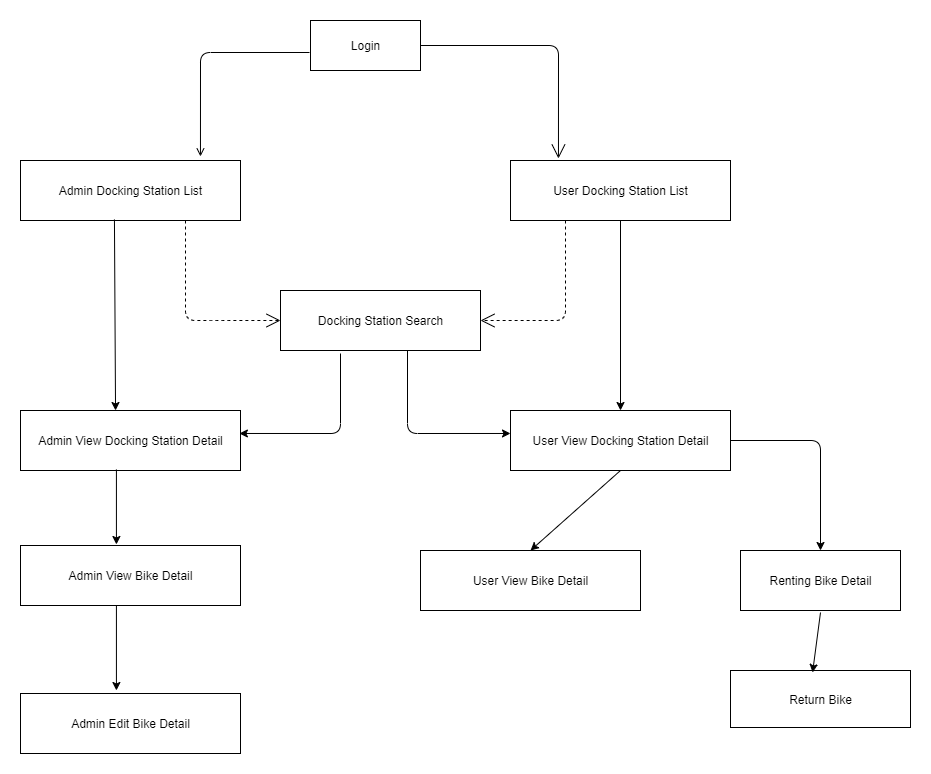
lehoangtran289/ecobike-SoftDev20201 keeps this draw.io diagram as Homework03/Group/EcoBikeScreenTransition.png. Above is the earlier version. Source tidied: cells renumbered, new cells last; positions are measured from the earlier drawing's top-left corner, leaving out a move shared by most shapes. The source it was exported from:
```xml
<mxGraphModel background="#ffffff">
  <root>
    <mxCell id="0" />
    <mxCell id="1" parent="0" />
    <mxCell id="2" value="Login" style="html=1;" parent="1" vertex="1">
      <mxGeometry x="290" width="110" height="50" as="geometry" />
    </mxCell>
    <mxCell id="3" value="Admin Docking Station List" style="html=1;" parent="1" vertex="1">
      <mxGeometry y="140" width="220" height="60" as="geometry" />
    </mxCell>
    <mxCell id="4" value="User Docking Station List" style="html=1;" parent="1" vertex="1">
      <mxGeometry x="490" y="140" width="220" height="60" as="geometry" />
    </mxCell>
    <mxCell id="5" value="Admin View Docking Station Detail" style="html=1;" parent="1" vertex="1">
      <mxGeometry y="390" width="220" height="60" as="geometry" />
    </mxCell>
    <mxCell id="6" value="Docking Station Search" style="html=1;" parent="1" vertex="1">
      <mxGeometry x="260" y="270" width="200" height="60" as="geometry" />
    </mxCell>
    <mxCell id="7" value="Admin View Bike Detail" style="html=1;" parent="1" vertex="1">
      <mxGeometry y="525" width="220" height="60" as="geometry" />
    </mxCell>
    <mxCell id="8" value="User View Docking Station Detail" style="html=1;" parent="1" vertex="1">
      <mxGeometry x="490" y="390" width="220" height="60" as="geometry" />
    </mxCell>
    <mxCell id="9" value="Admin Edit Bike Detail" style="html=1;" parent="1" vertex="1">
      <mxGeometry y="673" width="220" height="60" as="geometry" />
    </mxCell>
    <mxCell id="10" value="User View Bike Detail" style="html=1;" parent="1" vertex="1">
      <mxGeometry x="400" y="530" width="220" height="60" as="geometry" />
    </mxCell>
    <mxCell id="11" value="Return Bike" style="html=1;" parent="1" vertex="1">
      <mxGeometry x="710" y="650" width="180" height="57" as="geometry" />
    </mxCell>
    <mxCell id="12" style="endArrow=open;endFill=1;endSize=12;html=1;exitX=1;exitY=0.5;exitDx=0;exitDy=0;entryX=0.218;entryY=-0.033;entryDx=0;entryDy=0;entryPerimeter=0;" parent="1" edge="1" source="2" target="4">
      <mxGeometry relative="1" as="geometry">
        <Array as="points">
          <mxPoint x="538" y="25" />
        </Array>
      </mxGeometry>
    </mxCell>
    <mxCell id="13" style="endArrow=open;endFill=1;html=1;exitX=-0.009;exitY=0.64;exitDx=0;exitDy=0;entryX=0.818;entryY=-0.067;entryDx=0;entryDy=0;exitPerimeter=0;entryPerimeter=0;" parent="1" edge="1" source="2" target="3">
      <mxGeometry relative="1" as="geometry">
        <Array as="points">
          <mxPoint x="180" y="32" />
        </Array>
      </mxGeometry>
    </mxCell>
    <mxCell id="14" style="endArrow=open;endFill=1;endSize=12;html=1;exitX=0.75;exitY=1;exitDx=0;exitDy=0;entryX=0;entryY=0.5;entryDx=0;entryDy=0;dashed=1;" parent="1" edge="1" source="3" target="6">
      <mxGeometry relative="1" as="geometry">
        <Array as="points">
          <mxPoint x="165" y="300" />
          <mxPoint x="200" y="300" />
        </Array>
      </mxGeometry>
    </mxCell>
    <mxCell id="15" style="endArrow=open;endFill=1;endSize=12;html=1;exitX=0.25;exitY=1;exitDx=0;exitDy=0;entryX=1;entryY=0.5;entryDx=0;entryDy=0;dashed=1;" parent="1" edge="1" source="4" target="6">
      <mxGeometry relative="1" as="geometry">
        <Array as="points">
          <mxPoint x="545" y="300" />
        </Array>
      </mxGeometry>
    </mxCell>
    <mxCell id="16" style="endArrow=classic;html=1;exitX=0.427;exitY=0.983;exitDx=0;exitDy=0;exitPerimeter=0;entryX=0.432;entryY=0;entryDx=0;entryDy=0;entryPerimeter=0;" parent="1" edge="1" source="3" target="5">
      <mxGeometry relative="1" as="geometry" />
    </mxCell>
    <mxCell id="17" style="endArrow=classic;html=1;exitX=0.5;exitY=1;exitDx=0;exitDy=0;entryX=0.5;entryY=0;entryDx=0;entryDy=0;" parent="1" edge="1" source="4" target="8">
      <mxGeometry relative="1" as="geometry" />
    </mxCell>
    <mxCell id="18" style="endArrow=classic;html=1;strokeWidth=1;exitX=0.3;exitY=1.05;exitDx=0;exitDy=0;exitPerimeter=0;entryX=0.995;entryY=0.383;entryDx=0;entryDy=0;entryPerimeter=0;" parent="1" edge="1" source="6" target="5">
      <mxGeometry relative="1" as="geometry">
        <Array as="points">
          <mxPoint x="320" y="413" />
        </Array>
      </mxGeometry>
    </mxCell>
    <mxCell id="19" style="endArrow=classic;html=1;strokeWidth=1;exitX=0.635;exitY=1;exitDx=0;exitDy=0;exitPerimeter=0;entryX=0;entryY=0.383;entryDx=0;entryDy=0;entryPerimeter=0;" parent="1" edge="1" source="6" target="8">
      <mxGeometry relative="1" as="geometry">
        <Array as="points">
          <mxPoint x="387" y="413" />
        </Array>
      </mxGeometry>
    </mxCell>
    <mxCell id="20" style="endArrow=classic;html=1;strokeWidth=1;exitX=0.436;exitY=0.983;exitDx=0;exitDy=0;exitPerimeter=0;entryX=0.436;entryY=-0.017;entryDx=0;entryDy=0;entryPerimeter=0;" parent="1" edge="1" source="5" target="7">
      <mxGeometry relative="1" as="geometry" />
    </mxCell>
    <mxCell id="21" style="endArrow=classic;html=1;strokeWidth=1;entryX=0.5;entryY=0;entryDx=0;entryDy=0;exitX=0.5;exitY=1;exitDx=0;exitDy=0;" parent="1" edge="1" source="8" target="10">
      <mxGeometry relative="1" as="geometry" />
    </mxCell>
    <mxCell id="22" style="endArrow=classic;html=1;strokeWidth=1;exitX=0.436;exitY=1;exitDx=0;exitDy=0;exitPerimeter=0;entryX=0.436;entryY=-0.05;entryDx=0;entryDy=0;entryPerimeter=0;" parent="1" edge="1" source="7" target="9">
      <mxGeometry relative="1" as="geometry" />
    </mxCell>
    <mxCell id="23" value="Renting&amp;nbsp;Bike Detail" style="html=1;" parent="1" vertex="1">
      <mxGeometry x="720" y="530" width="160" height="60" as="geometry" />
    </mxCell>
    <mxCell id="24" style="endArrow=classic;html=1;strokeWidth=1;entryX=0.5;entryY=0;entryDx=0;entryDy=0;exitX=1;exitY=0.5;exitDx=0;exitDy=0;" parent="1" edge="1" source="8" target="23">
      <mxGeometry relative="1" as="geometry">
        <Array as="points">
          <mxPoint x="800" y="420" />
        </Array>
      </mxGeometry>
    </mxCell>
    <mxCell id="25" style="endArrow=classic;html=1;strokeWidth=1;entryX=0.456;entryY=0.035;entryDx=0;entryDy=0;entryPerimeter=0;" parent="1" edge="1" target="11">
      <mxGeometry relative="1" as="geometry">
        <mxPoint x="800" y="592" as="sourcePoint" />
      </mxGeometry>
    </mxCell>
  </root>
</mxGraphModel>
```
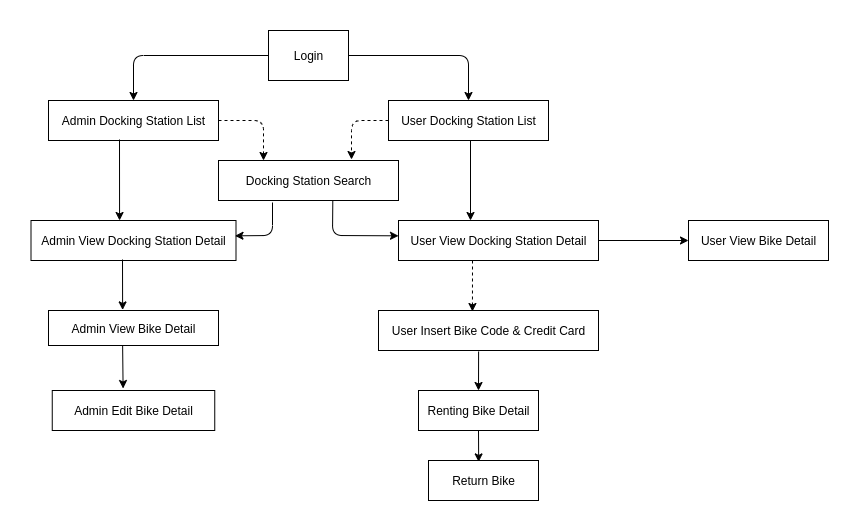
The same file after the commit.

Diff of the diagram source:
```diff
@@ -3,107 +3,115 @@
     <mxCell id="0" />
     <mxCell id="1" parent="0" />
     <mxCell id="2" value="Login" style="html=1;" parent="1" vertex="1">
-      <mxGeometry x="290" width="110" height="50" as="geometry" />
+      <mxGeometry x="260" width="80" height="50" as="geometry" />
     </mxCell>
     <mxCell id="3" value="Admin Docking Station List" style="html=1;" parent="1" vertex="1">
-      <mxGeometry y="140" width="220" height="60" as="geometry" />
+      <mxGeometry x="40" y="70" width="170" height="40" as="geometry" />
     </mxCell>
     <mxCell id="4" value="User Docking Station List" style="html=1;" parent="1" vertex="1">
-      <mxGeometry x="490" y="140" width="220" height="60" as="geometry" />
+      <mxGeometry x="380" y="70" width="160" height="40" as="geometry" />
     </mxCell>
     <mxCell id="5" value="Admin View Docking Station Detail" style="html=1;" parent="1" vertex="1">
-      <mxGeometry y="390" width="220" height="60" as="geometry" />
+      <mxGeometry x="22.5" y="190" width="205" height="40" as="geometry" />
     </mxCell>
     <mxCell id="6" value="Docking Station Search" style="html=1;" parent="1" vertex="1">
-      <mxGeometry x="260" y="270" width="200" height="60" as="geometry" />
+      <mxGeometry x="210" y="130" width="180" height="40" as="geometry" />
     </mxCell>
     <mxCell id="7" value="Admin View Bike Detail" style="html=1;" parent="1" vertex="1">
-      <mxGeometry y="525" width="220" height="60" as="geometry" />
+      <mxGeometry x="40" y="280" width="170" height="35" as="geometry" />
     </mxCell>
     <mxCell id="8" value="User View Docking Station Detail" style="html=1;" parent="1" vertex="1">
-      <mxGeometry x="490" y="390" width="220" height="60" as="geometry" />
+      <mxGeometry x="390" y="190" width="200" height="40" as="geometry" />
     </mxCell>
     <mxCell id="9" value="Admin Edit Bike Detail" style="html=1;" parent="1" vertex="1">
-      <mxGeometry y="673" width="220" height="60" as="geometry" />
+      <mxGeometry x="43.8" y="360" width="162.5" height="40" as="geometry" />
     </mxCell>
     <mxCell id="10" value="User View Bike Detail" style="html=1;" parent="1" vertex="1">
-      <mxGeometry x="400" y="530" width="220" height="60" as="geometry" />
+      <mxGeometry x="680" y="190" width="140" height="40" as="geometry" />
     </mxCell>
     <mxCell id="11" value="Return Bike" style="html=1;" parent="1" vertex="1">
-      <mxGeometry x="710" y="650" width="180" height="57" as="geometry" />
+      <mxGeometry x="420" y="430" width="110" height="40" as="geometry" />
     </mxCell>
-    <mxCell id="12" style="endArrow=open;endFill=1;endSize=12;html=1;exitX=1;exitY=0.5;exitDx=0;exitDy=0;entryX=0.218;entryY=-0.033;entryDx=0;entryDy=0;entryPerimeter=0;" parent="1" edge="1" source="2" target="4">
-      <mxGeometry relative="1" as="geometry">
-        <Array as="points">
-          <mxPoint x="538" y="25" />
-        </Array>
-      </mxGeometry>
-    </mxCell>
-    <mxCell id="13" style="endArrow=open;endFill=1;html=1;exitX=-0.009;exitY=0.64;exitDx=0;exitDy=0;entryX=0.818;entryY=-0.067;entryDx=0;entryDy=0;exitPerimeter=0;entryPerimeter=0;" parent="1" edge="1" source="2" target="3">
-      <mxGeometry relative="1" as="geometry">
-        <Array as="points">
-          <mxPoint x="180" y="32" />
-        </Array>
-      </mxGeometry>
-    </mxCell>
-    <mxCell id="14" style="endArrow=open;endFill=1;endSize=12;html=1;exitX=0.75;exitY=1;exitDx=0;exitDy=0;entryX=0;entryY=0.5;entryDx=0;entryDy=0;dashed=1;" parent="1" edge="1" source="3" target="6">
-      <mxGeometry relative="1" as="geometry">
-        <Array as="points">
-          <mxPoint x="165" y="300" />
-          <mxPoint x="200" y="300" />
-        </Array>
-      </mxGeometry>
-    </mxCell>
-    <mxCell id="15" style="endArrow=open;endFill=1;endSize=12;html=1;exitX=0.25;exitY=1;exitDx=0;exitDy=0;entryX=1;entryY=0.5;entryDx=0;entryDy=0;dashed=1;" parent="1" edge="1" source="4" target="6">
-      <mxGeometry relative="1" as="geometry">
-        <Array as="points">
-          <mxPoint x="545" y="300" />
-        </Array>
-      </mxGeometry>
-    </mxCell>
-    <mxCell id="16" style="endArrow=classic;html=1;exitX=0.427;exitY=0.983;exitDx=0;exitDy=0;exitPerimeter=0;entryX=0.432;entryY=0;entryDx=0;entryDy=0;entryPerimeter=0;" parent="1" edge="1" source="3" target="5">
-      <mxGeometry relative="1" as="geometry" />
+    <mxCell id="16" style="endArrow=classic;html=1;entryX=0.432;entryY=0;entryDx=0;entryDy=0;entryPerimeter=0;" parent="1" edge="1" target="5">
+      <mxGeometry relative="1" as="geometry">
+        <mxPoint x="111" y="109" as="sourcePoint" />
+      </mxGeometry>
     </mxCell>
-    <mxCell id="17" style="endArrow=classic;html=1;exitX=0.5;exitY=1;exitDx=0;exitDy=0;entryX=0.5;entryY=0;entryDx=0;entryDy=0;" parent="1" edge="1" source="4" target="8">
-      <mxGeometry relative="1" as="geometry" />
+    <mxCell id="17" style="endArrow=classic;html=1;entryX=0.36;entryY=0;entryDx=0;entryDy=0;entryPerimeter=0;" parent="1" edge="1" target="8">
+      <mxGeometry relative="1" as="geometry">
+        <mxPoint x="462" y="110" as="sourcePoint" />
+      </mxGeometry>
     </mxCell>
     <mxCell id="18" style="endArrow=classic;html=1;strokeWidth=1;exitX=0.3;exitY=1.05;exitDx=0;exitDy=0;exitPerimeter=0;entryX=0.995;entryY=0.383;entryDx=0;entryDy=0;entryPerimeter=0;" parent="1" edge="1" source="6" target="5">
       <mxGeometry relative="1" as="geometry">
         <Array as="points">
-          <mxPoint x="320" y="413" />
+          <mxPoint x="264" y="205" />
         </Array>
       </mxGeometry>
     </mxCell>
     <mxCell id="19" style="endArrow=classic;html=1;strokeWidth=1;exitX=0.635;exitY=1;exitDx=0;exitDy=0;exitPerimeter=0;entryX=0;entryY=0.383;entryDx=0;entryDy=0;entryPerimeter=0;" parent="1" edge="1" source="6" target="8">
       <mxGeometry relative="1" as="geometry">
         <Array as="points">
-          <mxPoint x="387" y="413" />
+          <mxPoint x="324" y="205" />
         </Array>
       </mxGeometry>
     </mxCell>
-    <mxCell id="20" style="endArrow=classic;html=1;strokeWidth=1;exitX=0.436;exitY=0.983;exitDx=0;exitDy=0;exitPerimeter=0;entryX=0.436;entryY=-0.017;entryDx=0;entryDy=0;entryPerimeter=0;" parent="1" edge="1" source="5" target="7">
-      <mxGeometry relative="1" as="geometry" />
+    <mxCell id="20" style="endArrow=classic;html=1;strokeWidth=1;entryX=0.436;entryY=-0.017;entryDx=0;entryDy=0;entryPerimeter=0;" parent="1" edge="1" target="7">
+      <mxGeometry relative="1" as="geometry">
+        <mxPoint x="114" y="229" as="sourcePoint" />
+      </mxGeometry>
     </mxCell>
-    <mxCell id="21" style="endArrow=classic;html=1;strokeWidth=1;entryX=0.5;entryY=0;entryDx=0;entryDy=0;exitX=0.5;exitY=1;exitDx=0;exitDy=0;" parent="1" edge="1" source="8" target="10">
+    <mxCell id="21" style="endArrow=classic;html=1;strokeWidth=1;entryX=0;entryY=0.5;entryDx=0;entryDy=0;exitX=1;exitY=0.5;exitDx=0;exitDy=0;" parent="1" edge="1" source="8" target="10">
       <mxGeometry relative="1" as="geometry" />
     </mxCell>
     <mxCell id="22" style="endArrow=classic;html=1;strokeWidth=1;exitX=0.436;exitY=1;exitDx=0;exitDy=0;exitPerimeter=0;entryX=0.436;entryY=-0.05;entryDx=0;entryDy=0;entryPerimeter=0;" parent="1" edge="1" source="7" target="9">
       <mxGeometry relative="1" as="geometry" />
     </mxCell>
     <mxCell id="23" value="Renting&amp;nbsp;Bike Detail" style="html=1;" parent="1" vertex="1">
-      <mxGeometry x="720" y="530" width="160" height="60" as="geometry" />
+      <mxGeometry x="410" y="360" width="120" height="40" as="geometry" />
     </mxCell>
-    <mxCell id="24" style="endArrow=classic;html=1;strokeWidth=1;entryX=0.5;entryY=0;entryDx=0;entryDy=0;exitX=1;exitY=0.5;exitDx=0;exitDy=0;" parent="1" edge="1" source="8" target="23">
+    <mxCell id="24" style="endArrow=classic;html=1;strokeWidth=1;exitX=0.455;exitY=1.025;exitDx=0;exitDy=0;exitPerimeter=0;" parent="1" edge="1" source="27">
       <mxGeometry relative="1" as="geometry">
-        <Array as="points">
-          <mxPoint x="800" y="420" />
-        </Array>
+        <mxPoint x="470" y="360" as="targetPoint" />
       </mxGeometry>
     </mxCell>
-    <mxCell id="25" style="endArrow=classic;html=1;strokeWidth=1;entryX=0.456;entryY=0.035;entryDx=0;entryDy=0;entryPerimeter=0;" parent="1" edge="1" target="11">
-      <mxGeometry relative="1" as="geometry">
-        <mxPoint x="800" y="592" as="sourcePoint" />
-      </mxGeometry>
+    <mxCell id="25" style="endArrow=classic;html=1;strokeWidth=1;entryX=0.456;entryY=0.035;entryDx=0;entryDy=0;entryPerimeter=0;exitX=0.5;exitY=1;exitDx=0;exitDy=0;" parent="1" edge="1" source="23" target="11">
+      <mxGeometry relative="1" as="geometry" />
     </mxCell>
+    <mxCell id="14" style="endArrow=classic;html=1;exitX=1;exitY=0.5;exitDx=0;exitDy=0;entryX=0.25;entryY=0;entryDx=0;entryDy=0;dashed=1;" parent="1" edge="1" source="3" target="6">
+      <mxGeometry relative="1" as="geometry">
+        <Array as="points">
+          <mxPoint x="255" y="90" />
+        </Array>
+      </mxGeometry>
+    </mxCell>
+    <mxCell id="26" style="endArrow=classic;html=1;exitX=0;exitY=0.5;exitDx=0;exitDy=0;dashed=1;" parent="1" edge="1" source="4">
+      <mxGeometry relative="1" as="geometry">
+        <mxPoint x="343" y="129" as="targetPoint" />
+        <Array as="points">
+          <mxPoint x="343" y="90" />
+        </Array>
+      </mxGeometry>
+    </mxCell>
+    <mxCell id="13" style="endArrow=classic;html=1;exitX=0;exitY=0.5;exitDx=0;exitDy=0;entryX=0.5;entryY=0;entryDx=0;entryDy=0;" parent="1" edge="1" source="2" target="3">
+      <mxGeometry relative="1" as="geometry">
+        <Array as="points">
+          <mxPoint x="125" y="25" />
+        </Array>
+      </mxGeometry>
+    </mxCell>
+    <mxCell id="12" style="endArrow=classic;html=1;exitX=1;exitY=0.5;exitDx=0;exitDy=0;entryX=0.5;entryY=0;entryDx=0;entryDy=0;" parent="1" edge="1" source="2" target="4">
+      <mxGeometry relative="1" as="geometry">
+        <Array as="points">
+          <mxPoint x="460" y="25" />
+        </Array>
+      </mxGeometry>
+    </mxCell>
+    <mxCell id="27" value="User Insert Bike Code &amp;amp; Credit Card" style="html=1;" parent="1" vertex="1">
+      <mxGeometry x="370" y="280" width="220" height="40" as="geometry" />
+    </mxCell>
+    <mxCell id="28" style="endArrow=classic;html=1;strokeWidth=1;entryX=0.427;entryY=0.025;entryDx=0;entryDy=0;exitX=0.37;exitY=1;exitDx=0;exitDy=0;exitPerimeter=0;entryPerimeter=0;dashed=1;" parent="1" edge="1" source="8" target="27">
+      <mxGeometry relative="1" as="geometry" />
+    </mxCell>
   </root>
 </mxGraphModel>
```
